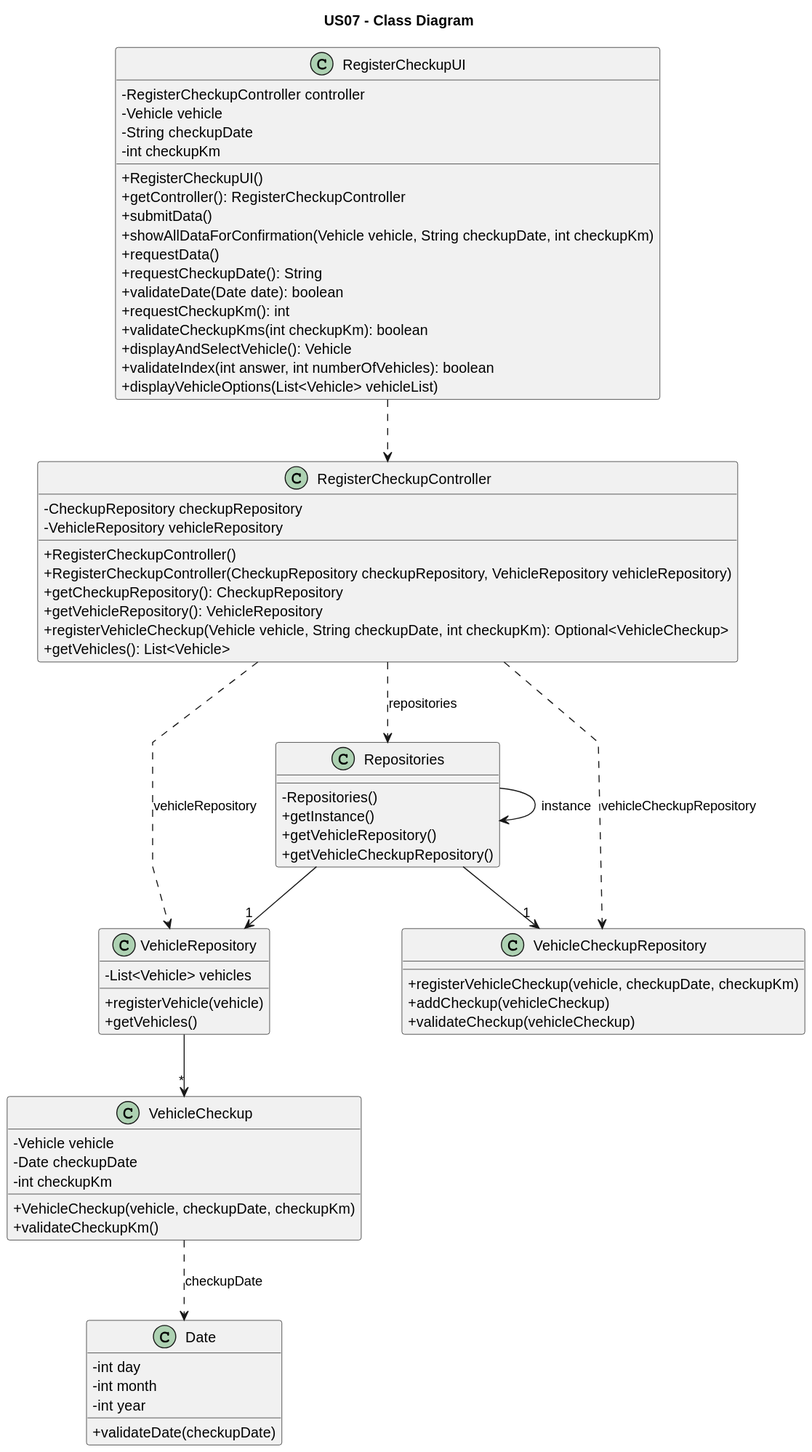
The PlantUML diagram docs/sprintB/us007/03.design/svg/us007-class-diagram.svg in Rui-San/LAPR2_2023_2024, before a commit.
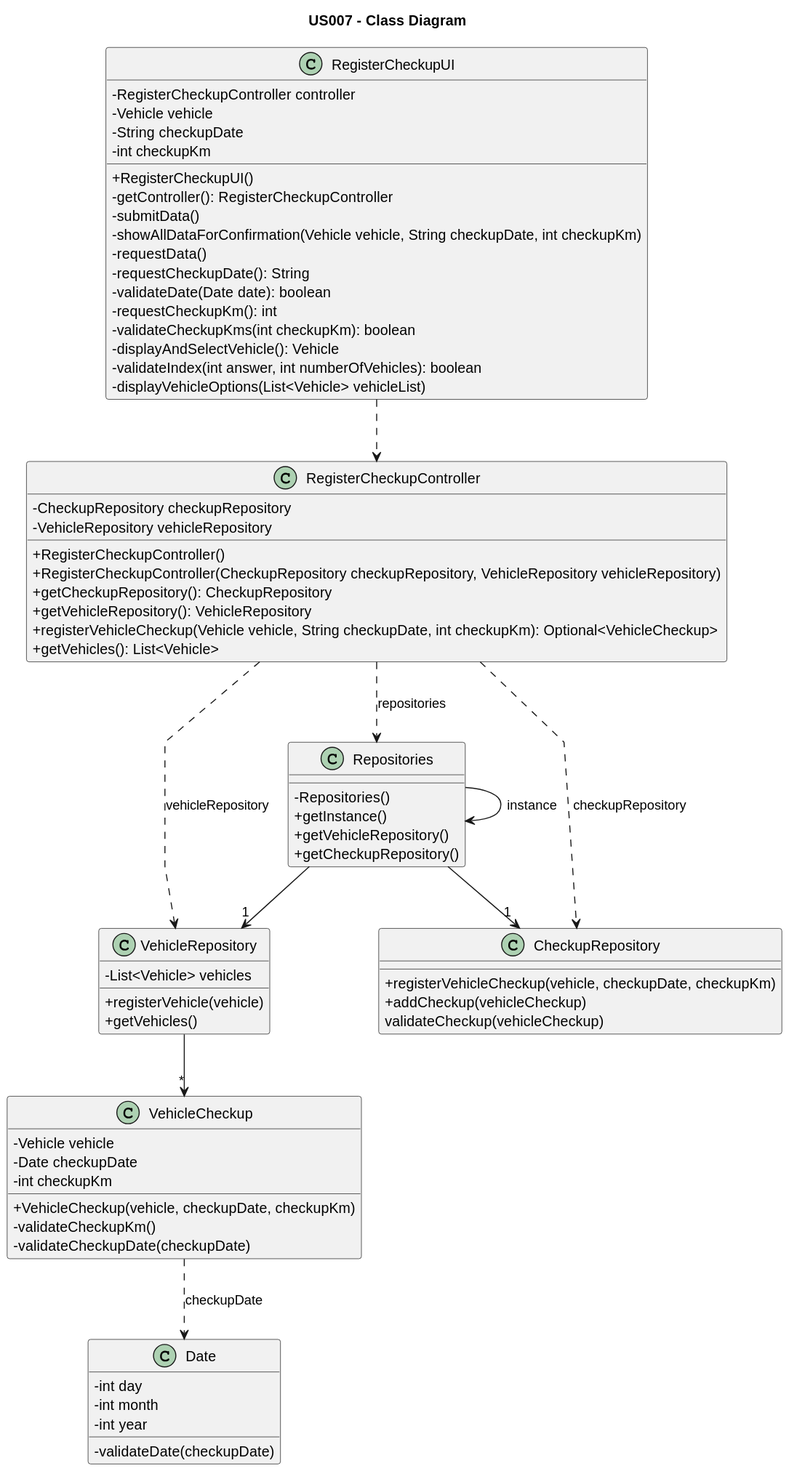
After the commit.

Commit message:
US007 - Fixed errors and private/public methods on class diagram and new svg

Diff of the diagram source:
```diff
@@ -4,13 +4,13 @@
 skinparam linetype polyline
 skinparam classAttributeIconSize 0
 
-Title US07 - Class Diagram
+Title US007 - Class Diagram
 
 Repositories -> Repositories : instance
 
 
 Repositories --> "1" VehicleRepository
-Repositories --> "1" VehicleCheckupRepository
+Repositories --> "1" CheckupRepository
 
 VehicleRepository --> "*" VehicleCheckup
 
@@ -18,7 +18,7 @@
 RegisterCheckupController ..> Repositories : repositories
 RegisterCheckupUI ..> RegisterCheckupController
 RegisterCheckupController ..> VehicleRepository : vehicleRepository
-RegisterCheckupController ..> VehicleCheckupRepository : vehicleCheckupRepository
+RegisterCheckupController ..> CheckupRepository : checkupRepository
 
 class RegisterCheckupUI {
     -RegisterCheckupController controller
@@ -26,17 +26,17 @@
     -String checkupDate
     -int checkupKm
     +RegisterCheckupUI()
-    +getController(): RegisterCheckupController
-    +submitData()
-    +showAllDataForConfirmation(Vehicle vehicle, String checkupDate, int checkupKm)
-    +requestData()
-    +requestCheckupDate(): String
-    +validateDate(Date date): boolean
-    +requestCheckupKm(): int
-    +validateCheckupKms(int checkupKm): boolean
-    +displayAndSelectVehicle(): Vehicle
-    +validateIndex(int answer, int numberOfVehicles): boolean
-    +displayVehicleOptions(List<Vehicle> vehicleList)
+    -getController(): RegisterCheckupController
+    -submitData()
+    -showAllDataForConfirmation(Vehicle vehicle, String checkupDate, int checkupKm)
+    -requestData()
+    -requestCheckupDate(): String
+    -validateDate(Date date): boolean
+    -requestCheckupKm(): int
+    -validateCheckupKms(int checkupKm): boolean
+    -displayAndSelectVehicle(): Vehicle
+    -validateIndex(int answer, int numberOfVehicles): boolean
+    -displayVehicleOptions(List<Vehicle> vehicleList)
 }
 
 class RegisterCheckupController {
@@ -54,7 +54,7 @@
     -Repositories()
     + getInstance()
     + getVehicleRepository()
-    + getVehicleCheckupRepository()
+    + getCheckupRepository()
 }
 
 class VehicleRepository {
@@ -63,10 +63,10 @@
     + getVehicles()
 }
 
-class VehicleCheckupRepository {
+class CheckupRepository {
     + registerVehicleCheckup(vehicle, checkupDate, checkupKm)
     + addCheckup(vehicleCheckup)
-    + validateCheckup(vehicleCheckup)
+     validateCheckup(vehicleCheckup)
 }
 
 class VehicleCheckup {
@@ -74,13 +74,14 @@
     - Date checkupDate
     - int checkupKm
     + VehicleCheckup(vehicle, checkupDate, checkupKm)
-    + validateCheckupKm()
+    - validateCheckupKm()
+    - validateCheckupDate(checkupDate)
 }
 
 class Date {
     - int day
     - int month
     - int year
-    + validateDate(checkupDate)
+    - validateDate(checkupDate)
 }
 @enduml
```
